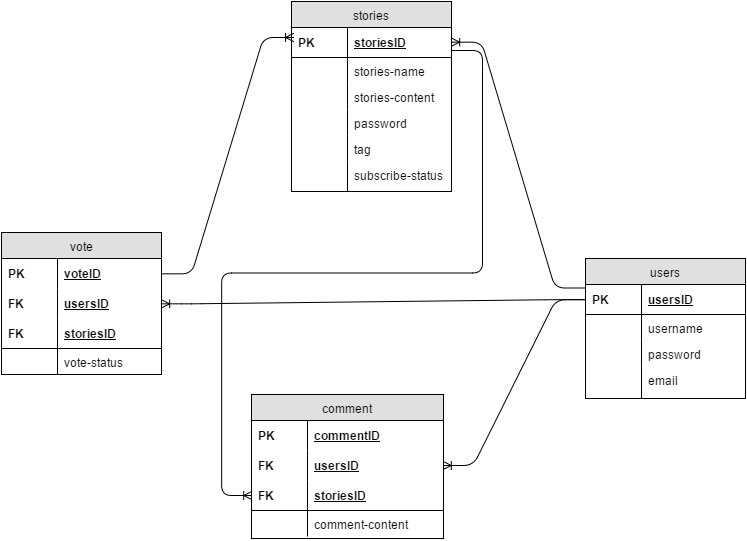
Above: forum_schema.png in blanford-fox-2016/schema-forum (draw.io), before the change. Source tidied: cells renumbered, new cells last; positions are measured from the earlier drawing's top-left corner, leaving out a move shared by most shapes.
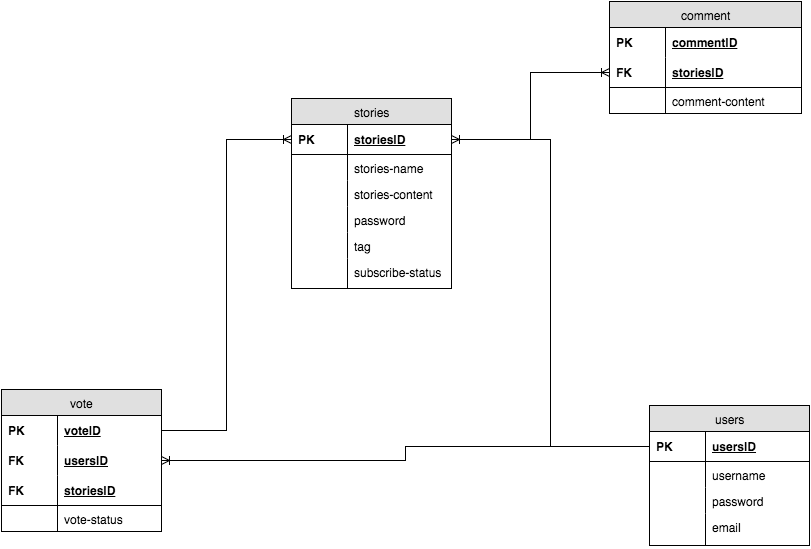
The same diagram one commit later.

Commit message:
forum schema revisi

Change to the diagram source:
```diff
@@ -3,7 +3,7 @@
     <mxCell id="0" />
     <mxCell id="1" parent="0" />
     <mxCell id="2" value="users" style="swimlane;html=1;fontStyle=0;horizontal=1;startSize=26;fillColor=#e0e0e0;swimlaneFillColor=#ffffff;align=center;" parent="1" vertex="1">
-      <mxGeometry x="584" y="257" width="160" height="140" as="geometry" />
+      <mxGeometry x="624" y="387" width="160" height="140" as="geometry" />
     </mxCell>
     <mxCell id="3" value="usersID" style="shape=partialRectangle;top=0;left=0;right=0;bottom=1;html=1;align=left;verticalAlign=middle;fillColor=none;spacingLeft=60;spacingRight=4;whiteSpace=wrap;overflow=hidden;points=[[0,0.5],[1,0.5]];portConstraint=eastwest;fontStyle=5;" parent="2" vertex="1">
       <mxGeometry y="26" width="160" height="30" as="geometry" />
@@ -30,7 +30,7 @@
       <mxGeometry width="56" height="32" as="geometry" />
     </mxCell>
     <mxCell id="11" value="stories" style="swimlane;html=1;fontStyle=0;horizontal=1;startSize=26;fillColor=#e0e0e0;swimlaneFillColor=#ffffff;align=center;" parent="1" vertex="1">
-      <mxGeometry x="290" width="160" height="190" as="geometry" />
+      <mxGeometry x="266" y="80" width="160" height="190" as="geometry" />
     </mxCell>
     <mxCell id="12" value="storiesID" style="shape=partialRectangle;top=0;left=0;right=0;bottom=1;html=1;align=left;verticalAlign=middle;fillColor=none;spacingLeft=60;spacingRight=4;whiteSpace=wrap;overflow=hidden;points=[[0,0.5],[1,0.5]];portConstraint=eastwest;fontStyle=5;" parent="11" vertex="1">
       <mxGeometry y="26" width="160" height="30" as="geometry" />
@@ -69,7 +69,7 @@
       <mxGeometry width="56" height="30" as="geometry" />
     </mxCell>
     <mxCell id="24" value="vote" style="swimlane;html=1;fontStyle=0;horizontal=1;startSize=26;fillColor=#e0e0e0;swimlaneFillColor=#ffffff;align=center;" parent="1" vertex="1">
-      <mxGeometry y="231" width="160" height="142" as="geometry" />
+      <mxGeometry x="-24" y="371" width="160" height="142" as="geometry" />
     </mxCell>
     <mxCell id="25" value="voteID" style="shape=partialRectangle;top=0;left=0;right=0;bottom=0;html=1;align=left;verticalAlign=middle;fillColor=none;spacingLeft=60;spacingRight=4;whiteSpace=wrap;overflow=hidden;points=[[0,0.5],[1,0.5]];portConstraint=eastwest;fontStyle=5;" parent="24" vertex="1">
       <mxGeometry y="26" width="160" height="30" as="geometry" />
@@ -96,7 +96,7 @@
       <mxGeometry width="56" height="26" as="geometry" />
     </mxCell>
     <mxCell id="33" value="comment" style="swimlane;html=1;fontStyle=0;horizontal=1;startSize=26;fillColor=#e0e0e0;swimlaneFillColor=#ffffff;align=center;" parent="1" vertex="1">
-      <mxGeometry x="250" y="393" width="192" height="144" as="geometry" />
+      <mxGeometry x="584" y="-17" width="192" height="112" as="geometry" />
     </mxCell>
     <mxCell id="34" value="commentID" style="shape=partialRectangle;top=0;left=0;right=0;bottom=0;html=1;align=left;verticalAlign=middle;fillColor=none;spacingLeft=60;spacingRight=4;whiteSpace=wrap;overflow=hidden;fontStyle=5;" parent="33" vertex="1">
       <mxGeometry y="26" width="192" height="30" as="geometry" />
@@ -104,40 +104,29 @@
     <mxCell id="35" value="PK" style="shape=partialRectangle;fontStyle=1;top=0;left=0;bottom=0;html=1;fillColor=none;align=left;verticalAlign=middle;spacingLeft=4;spacingRight=4;whiteSpace=wrap;overflow=hidden;" parent="34" vertex="1">
       <mxGeometry width="56" height="30" as="geometry" />
     </mxCell>
-    <mxCell id="36" value="usersID" style="shape=partialRectangle;top=0;left=0;right=0;bottom=0;html=1;align=left;verticalAlign=middle;fillColor=none;spacingLeft=60;spacingRight=4;whiteSpace=wrap;overflow=hidden;points=[[0,0.5],[1,0.5]];portConstraint=eastwest;fontStyle=5;" parent="33" vertex="1">
-      <mxGeometry y="56" width="192" height="30" as="geometry" />
-    </mxCell>
-    <mxCell id="37" value="FK" style="shape=partialRectangle;fontStyle=1;top=0;left=0;bottom=0;html=1;fillColor=none;align=left;verticalAlign=middle;spacingLeft=4;spacingRight=4;whiteSpace=wrap;overflow=hidden;" parent="36" vertex="1">
-      <mxGeometry width="56" height="30" as="geometry" />
-    </mxCell>
     <mxCell id="38" value="storiesID" style="shape=partialRectangle;top=0;left=0;right=0;bottom=1;html=1;align=left;verticalAlign=middle;fillColor=none;spacingLeft=60;spacingRight=4;whiteSpace=wrap;overflow=hidden;points=[[0,0.5],[1,0.5]];portConstraint=eastwest;fontStyle=5;" parent="33" vertex="1">
-      <mxGeometry y="86" width="192" height="30" as="geometry" />
+      <mxGeometry y="56" width="192" height="30" as="geometry" />
     </mxCell>
     <mxCell id="39" value="FK" style="shape=partialRectangle;fontStyle=1;top=0;left=0;bottom=0;html=1;fillColor=none;align=left;verticalAlign=middle;spacingLeft=4;spacingRight=4;whiteSpace=wrap;overflow=hidden;" parent="38" vertex="1">
       <mxGeometry width="56" height="30" as="geometry" />
     </mxCell>
     <mxCell id="40" value="comment-content" style="shape=partialRectangle;top=0;left=0;right=0;bottom=0;html=1;align=left;verticalAlign=top;fillColor=none;spacingLeft=60;spacingRight=4;whiteSpace=wrap;overflow=hidden;" parent="33" vertex="1">
-      <mxGeometry y="116" width="192" height="26" as="geometry" />
+      <mxGeometry y="86" width="192" height="26" as="geometry" />
     </mxCell>
     <mxCell id="41" style="shape=partialRectangle;top=0;left=0;bottom=0;html=1;fillColor=none;align=left;verticalAlign=top;spacingLeft=4;spacingRight=4;whiteSpace=wrap;overflow=hidden;" parent="40" vertex="1">
       <mxGeometry width="56" height="26" as="geometry" />
     </mxCell>
-    <mxCell id="42" style="edgeStyle=entityRelationEdgeStyle;html=1;endArrow=none;exitX=1;exitY=0.5;endFill=0;startArrow=ERoneToMany;startFill=0;entryX=0;entryY=0.5;" parent="1" edge="1" source="36" target="3">
-      <mxGeometry relative="1" as="geometry" />
-    </mxCell>
-    <mxCell id="43" style="edgeStyle=entityRelationEdgeStyle;html=1;endArrow=none;exitX=1;exitY=0.5;endFill=0;startArrow=ERoneToMany;startFill=0;entryX=-0.003;entryY=0.122;entryPerimeter=0;" parent="1" edge="1" source="12" target="3">
-      <mxGeometry relative="1" as="geometry" />
-    </mxCell>
-    <mxCell id="44" style="edgeStyle=entityRelationEdgeStyle;html=1;endArrow=none;entryX=0;entryY=0.5;exitX=1;exitY=0.5;endFill=0;startArrow=ERoneToMany;startFill=0;" parent="1" edge="1" source="27" target="3">
-      <mxGeometry relative="1" as="geometry" />
-    </mxCell>
-    <mxCell id="45" style="edgeStyle=entityRelationEdgeStyle;html=1;endArrow=ERoneToMany;exitX=1;exitY=0.5;" parent="1" edge="1" source="25">
-      <mxGeometry x="188.3" y="67" as="geometry">
-        <mxPoint x="292" y="36" as="targetPoint" />
-      </mxGeometry>
-    </mxCell>
-    <mxCell id="46" style="edgeStyle=entityRelationEdgeStyle;html=1;endArrow=ERoneToMany;entryX=0;entryY=0.5;exitX=1.006;exitY=0.767;exitPerimeter=0;" parent="1" edge="1" source="12" target="38">
-      <mxGeometry x="540.3" y="330" as="geometry" />
+    <mxCell id="46" style="edgeStyle=orthogonalEdgeStyle;rounded=0;html=1;exitX=0;exitY=0.5;entryX=1;entryY=0.5;jettySize=auto;endArrow=ERoneToMany;endFill=0;" parent="1" edge="1" source="3" target="12">
+      <mxGeometry relative="1" as="geometry" />
     </mxCell>
+    <mxCell id="47" style="edgeStyle=orthogonalEdgeStyle;rounded=0;html=1;exitX=0;exitY=0.5;entryX=1;entryY=0.5;endArrow=ERoneToMany;endFill=0;jettySize=auto;" parent="1" edge="1" source="3" target="27">
+      <mxGeometry relative="1" as="geometry" />
+    </mxCell>
+    <mxCell id="48" style="edgeStyle=orthogonalEdgeStyle;rounded=0;html=1;exitX=1;exitY=0.5;entryX=0;entryY=0.5;endArrow=ERoneToMany;endFill=0;jettySize=auto;" parent="1" edge="1" source="12" target="38">
+      <mxGeometry relative="1" as="geometry" />
+    </mxCell>
+    <mxCell id="49" style="edgeStyle=orthogonalEdgeStyle;rounded=0;html=1;exitX=1;exitY=0.5;entryX=0;entryY=0.5;endArrow=ERoneToMany;endFill=0;jettySize=auto;" parent="1" edge="1" source="25" target="12">
+      <mxGeometry relative="1" as="geometry" />
+    </mxCell>
   </root>
 </mxGraphModel>
```
